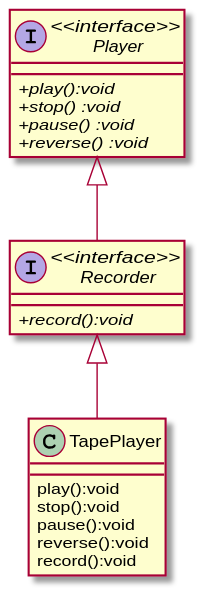
behnamasadi/software_engineering keeps this PlantUML diagram as UML/StructureDiagrams/ClassDiagram/diagrams/PlayerRecorderTapePlayer.svg. Above is the earlier version.
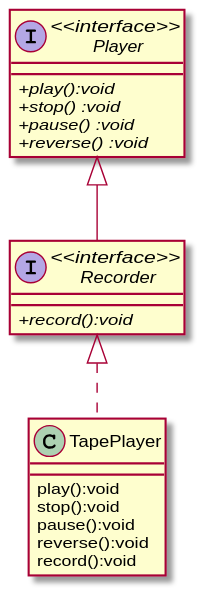
Later version of the same file.

Change to the diagram source:
```diff
@@ -19,6 +19,6 @@
  reverse():void
  record():void
 }
-Recorder<|-- TapePlayer
-Player<|-- Recorder
+Recorder <|.. TapePlayer
+Player <|--  Recorder
 @enduml
```
